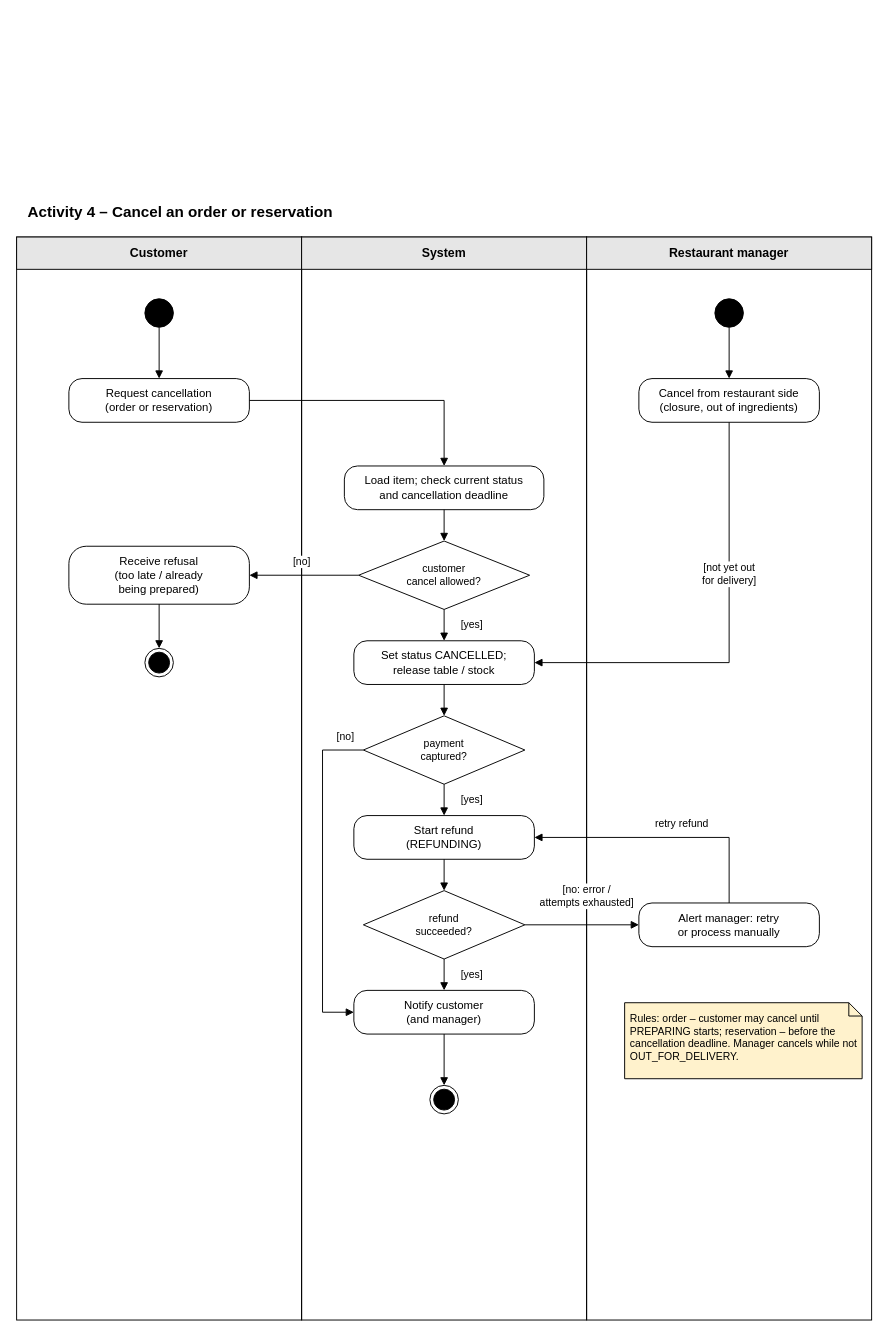
Lukap42/SWE1_Project keeps this draw.io diagram as Activity Diagrams/Activity_4_Cancel_order_or_reservation.drawio. Above is the earlier version. Source tidied: cells renumbered, new cells numbered last; positions are measured from the earlier drawing's top-left corner, leaving out a move shared by most shapes. Both pictures are drawn from the tidied source at 95%, with x=0, y=0 at pixel (16, 197).
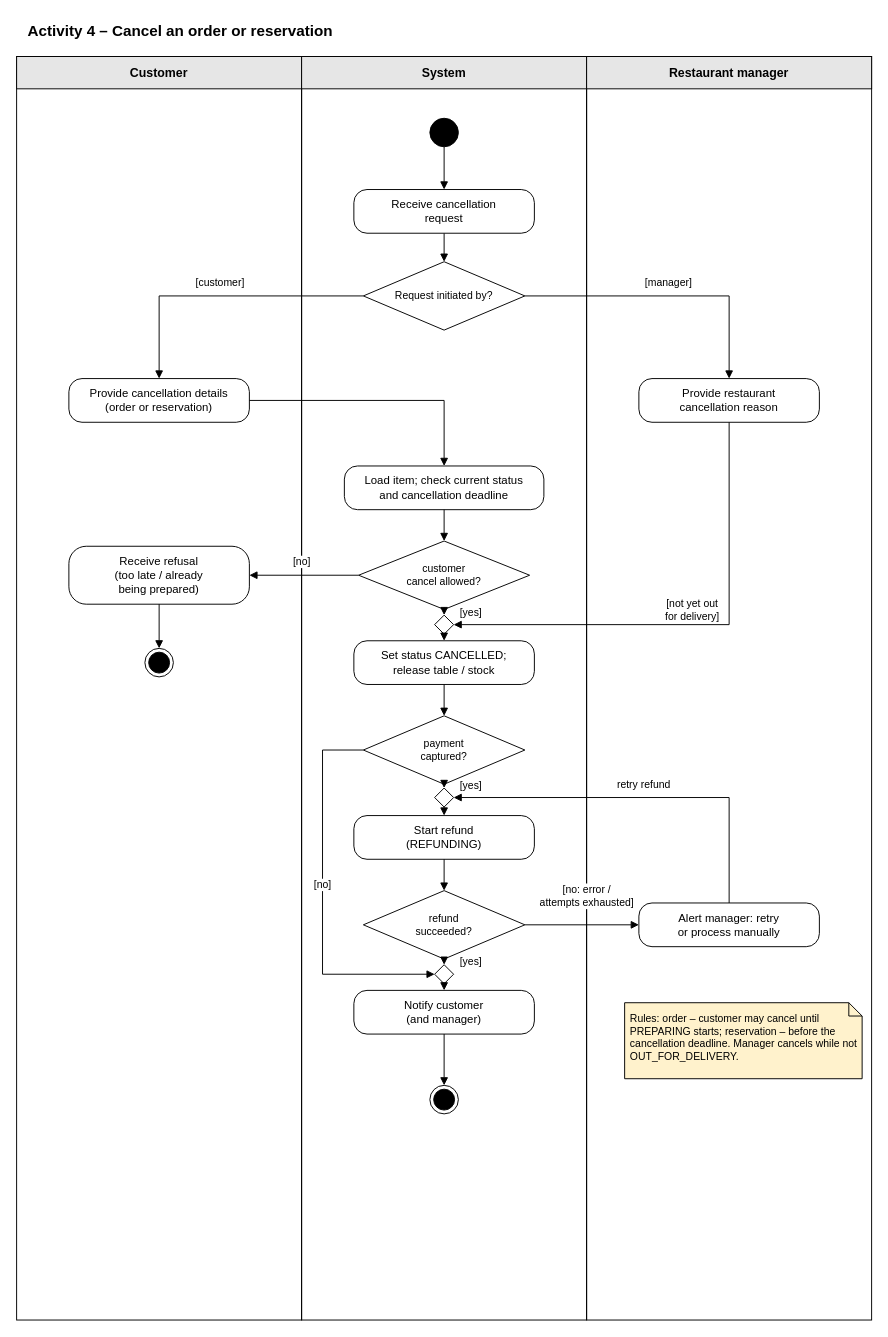
The same page after the edit.

Commit message (it also covers changes not shown here):
Activity diagrams update

The change refers to these unchanged cells:
```xml
<mxCell id="15" value="customer&lt;br&gt;cancel allowed?" style="rhombus;whiteSpace=wrap;html=1;fillColor=#FFFFFF;strokeColor=#000000;fontColor=#000000;fontSize=11;" parent="1" vertex="1">
  <mxGeometry x="360" y="362" width="180" height="72" as="geometry" />
</mxCell>
<mxCell id="18" value="Set status CANCELLED;&lt;br&gt;release table / stock" style="rounded=1;arcSize=30;whiteSpace=wrap;html=1;fillColor=#FFFFFF;strokeColor=#000000;fontColor=#000000;fontSize=12;" parent="1" vertex="1">
  <mxGeometry x="355" y="467" width="190" height="46" as="geometry" />
</mxCell>
<mxCell id="19" value="payment&lt;br&gt;captured?" style="rhombus;whiteSpace=wrap;html=1;fillColor=#FFFFFF;strokeColor=#000000;fontColor=#000000;fontSize=11;" parent="1" vertex="1">
  <mxGeometry x="365" y="546" width="170" height="72" as="geometry" />
</mxCell>
<mxCell id="20" value="Start refund&lt;br&gt;(REFUNDING)" style="rounded=1;arcSize=30;whiteSpace=wrap;html=1;fillColor=#FFFFFF;strokeColor=#000000;fontColor=#000000;fontSize=12;" parent="1" vertex="1">
  <mxGeometry x="355" y="651" width="190" height="46" as="geometry" />
</mxCell>
<mxCell id="21" value="refund&lt;br&gt;succeeded?" style="rhombus;whiteSpace=wrap;html=1;fillColor=#FFFFFF;strokeColor=#000000;fontColor=#000000;fontSize=11;" parent="1" vertex="1">
  <mxGeometry x="365" y="730" width="170" height="72" as="geometry" />
</mxCell>
<mxCell id="22" value="Alert manager: retry&lt;br&gt;or process manually" style="rounded=1;arcSize=30;whiteSpace=wrap;html=1;fillColor=#FFFFFF;strokeColor=#000000;fontColor=#000000;fontSize=12;" parent="1" vertex="1">
  <mxGeometry x="655" y="743" width="190" height="46" as="geometry" />
</mxCell>
<mxCell id="23" value="Notify customer&lt;br&gt;(and manager)" style="rounded=1;arcSize=30;whiteSpace=wrap;html=1;fillColor=#FFFFFF;strokeColor=#000000;fontColor=#000000;fontSize=12;" parent="1" vertex="1">
  <mxGeometry x="355" y="835" width="190" height="46" as="geometry" />
</mxCell>
```

The edit, as a diff of the source:
```diff
@@
-<mxGraphModel>
+<mxGraphModel background="#FFFFFF">
@@
     <mxCell id="2" value="Activity 4 – Cancel an order or reservation" style="text;html=1;align=left;verticalAlign=middle;fontSize=16;fontStyle=1;" parent="1" vertex="1">
-      <mxGeometry x="10" width="700" height="30" as="geometry" />
+      <mxGeometry x="10" y="-190" width="700" height="30" as="geometry" />
     </mxCell>
     <mxCell id="3" style="rounded=0;whiteSpace=wrap;html=1;fillColor=none;strokeColor=#000000;" parent="1" vertex="1">
-      <mxGeometry y="42" width="300" height="1140" as="geometry" />
+      <mxGeometry y="-148" width="300" height="1330" as="geometry" />
     </mxCell>
     <mxCell id="4" value="Customer" style="rounded=0;whiteSpace=wrap;html=1;fillColor=#E6E6E6;strokeColor=#000000;fontStyle=1;fontSize=13;" parent="1" vertex="1">
-      <mxGeometry y="42" width="300" height="34" as="geometry" />
+      <mxGeometry y="-148" width="300" height="34" as="geometry" />
     </mxCell>
     <mxCell id="5" style="rounded=0;whiteSpace=wrap;html=1;fillColor=none;strokeColor=#000000;" parent="1" vertex="1">
-      <mxGeometry x="300" y="42" width="300" height="1140" as="geometry" />
+      <mxGeometry x="300" y="-148" width="300" height="1330" as="geometry" />
     </mxCell>
     <mxCell id="6" value="System" style="rounded=0;whiteSpace=wrap;html=1;fillColor=#E6E6E6;strokeColor=#000000;fontStyle=1;fontSize=13;" parent="1" vertex="1">
-      <mxGeometry x="300" y="42" width="300" height="34" as="geometry" />
+      <mxGeometry x="300" y="-148" width="300" height="34" as="geometry" />
     </mxCell>
     <mxCell id="7" style="rounded=0;whiteSpace=wrap;html=1;fillColor=none;strokeColor=#000000;" parent="1" vertex="1">
-      <mxGeometry x="600" y="42" width="300" height="1140" as="geometry" />
+      <mxGeometry x="600" y="-148" width="300" height="1330" as="geometry" />
     </mxCell>
     <mxCell id="8" value="Restaurant manager" style="rounded=0;whiteSpace=wrap;html=1;fillColor=#E6E6E6;strokeColor=#000000;fontStyle=1;fontSize=13;" parent="1" vertex="1">
-      <mxGeometry x="600" y="42" width="300" height="34" as="geometry" />
+      <mxGeometry x="600" y="-148" width="300" height="34" as="geometry" />
     </mxCell>
@@
     <mxCell id="10" style="ellipse;html=1;fillColor=#000000;strokeColor=#000000;" parent="1" vertex="1">
-      <mxGeometry x="135" y="107" width="30" height="30" as="geometry" />
+      <mxGeometry x="435" y="-83" width="30" height="30" as="geometry" />
     </mxCell>
-    <mxCell id="11" style="ellipse;html=1;fillColor=#000000;strokeColor=#000000;" parent="1" vertex="1">
-      <mxGeometry x="735" y="107" width="30" height="30" as="geometry" />
-    </mxCell>
-    <mxCell id="12" value="Request cancellation&lt;br&gt;(order or reservation)" style="rounded=1;arcSize=30;whiteSpace=wrap;html=1;fillColor=#FFFFFF;strokeColor=#000000;fontColor=#000000;fontSize=12;" parent="1" vertex="1">
+    <mxCell id="12" value="Provide cancellation details&lt;br&gt;(order or reservation)" style="rounded=1;arcSize=30;whiteSpace=wrap;html=1;fillColor=#FFFFFF;strokeColor=#000000;fontColor=#000000;fontSize=12;" parent="1" vertex="1">
       <mxGeometry x="55" y="191" width="190" height="46" as="geometry" />
     </mxCell>
-    <mxCell id="13" value="Cancel from restaurant side&lt;br&gt;(closure, out of ingredients)" style="rounded=1;arcSize=30;whiteSpace=wrap;html=1;fillColor=#FFFFFF;strokeColor=#000000;fontColor=#000000;fontSize=12;" parent="1" vertex="1">
+    <mxCell id="13" value="Provide restaurant&lt;br&gt;cancellation reason" style="rounded=1;arcSize=30;whiteSpace=wrap;html=1;fillColor=#FFFFFF;strokeColor=#000000;fontColor=#000000;fontSize=12;" parent="1" vertex="1">
       <mxGeometry x="655" y="191" width="190" height="46" as="geometry" />
     </mxCell>
@@
-    <mxCell id="25" style="edgeStyle=orthogonalEdgeStyle;rounded=0;html=1;jettySize=auto;strokeColor=#000000;endArrow=block;endFill=1;fontSize=11;labelBackgroundColor=#FFFFFF;exitX=0.5000;exitY=1.0000;exitDx=0;exitDy=0;entryX=0.5000;entryY=0.0000;entryDx=0;entryDy=0;" parent="1" edge="1" source="10" target="12">
+    <mxCell id="25" style="edgeStyle=orthogonalEdgeStyle;rounded=0;html=1;jettySize=auto;strokeColor=#000000;endArrow=block;endFill=1;fontSize=11;labelBackgroundColor=#FFFFFF;exitX=0.5;exitY=1;entryX=0.5;entryY=0;" parent="1" edge="1" source="10" target="41">
       <mxGeometry relative="1" as="geometry" />
     </mxCell>
-    <mxCell id="26" style="edgeStyle=orthogonalEdgeStyle;rounded=0;html=1;jettySize=auto;strokeColor=#000000;endArrow=block;endFill=1;fontSize=11;labelBackgroundColor=#FFFFFF;exitX=0.5000;exitY=1.0000;exitDx=0;exitDy=0;entryX=0.5000;entryY=0.0000;entryDx=0;entryDy=0;" parent="1" edge="1" source="11" target="13">
+    <mxCell id="26" style="edgeStyle=orthogonalEdgeStyle;rounded=0;html=1;jettySize=auto;strokeColor=#000000;endArrow=block;endFill=1;fontSize=11;labelBackgroundColor=#FFFFFF;exitX=0.5;exitY=1;entryX=0.5;entryY=0;" parent="1" edge="1" source="41" target="42">
       <mxGeometry relative="1" as="geometry" />
     </mxCell>
@@
-    <mxCell id="31" value="[yes]" style="edgeStyle=orthogonalEdgeStyle;rounded=0;html=1;jettySize=auto;strokeColor=#000000;endArrow=block;endFill=1;fontSize=11;labelBackgroundColor=#FFFFFF;exitX=0.5000;exitY=1.0000;exitDx=0;exitDy=0;entryX=0.5000;entryY=0.0000;entryDx=0;entryDy=0;" parent="1" edge="1" source="15" target="18">
-      <mxGeometry x="-0.06" relative="1" as="geometry">
-        <mxPoint x="28.5" as="offset" />
+    <mxCell id="31" value="[yes]" style="edgeStyle=orthogonalEdgeStyle;rounded=0;html=1;jettySize=auto;strokeColor=#000000;endArrow=block;endFill=1;fontSize=11;labelBackgroundColor=#FFFFFF;exitX=0.5;exitY=1;entryX=0.5;entryY=0;" parent="1" edge="1" source="15" target="45">
+      <mxGeometry relative="1" as="geometry">
+        <mxPoint x="28" as="offset" />
       </mxGeometry>
     </mxCell>
-    <mxCell id="32" value="[not yet out&lt;br&gt;for delivery]" style="edgeStyle=orthogonalEdgeStyle;rounded=0;html=1;jettySize=auto;strokeColor=#000000;endArrow=block;endFill=1;fontSize=11;labelBackgroundColor=#FFFFFF;exitX=0.5000;exitY=1.0000;exitDx=0;exitDy=0;entryX=1.0000;entryY=0.5000;entryDx=0;entryDy=0;" parent="1" edge="1" source="13" target="18">
-      <mxGeometry x="-0.3" relative="1" as="geometry">
+    <mxCell id="32" value="[not yet out&lt;br&gt;for delivery]" style="edgeStyle=orthogonalEdgeStyle;rounded=0;html=1;jettySize=auto;strokeColor=#000000;endArrow=block;endFill=1;fontSize=11;labelBackgroundColor=#FFFFFF;exitX=0.5;exitY=1;entryX=1;entryY=0.5;" parent="1" edge="1" source="13" target="45">
+      <mxGeometry relative="1" as="geometry">
         <Array as="points">
-          <mxPoint x="750" y="490" />
+          <mxPoint x="750" y="450" />
         </Array>
+        <mxPoint y="-15" as="offset" />
       </mxGeometry>
     </mxCell>
@@
-    <mxCell id="34" value="[yes]" style="edgeStyle=orthogonalEdgeStyle;rounded=0;html=1;jettySize=auto;strokeColor=#000000;endArrow=block;endFill=1;fontSize=11;labelBackgroundColor=#FFFFFF;exitX=0.5000;exitY=1.0000;exitDx=0;exitDy=0;entryX=0.5000;entryY=0.0000;entryDx=0;entryDy=0;" parent="1" edge="1" source="19" target="20">
-      <mxGeometry x="-0.06" relative="1" as="geometry">
-        <mxPoint x="28.5" as="offset" />
+    <mxCell id="34" value="[yes]" style="edgeStyle=orthogonalEdgeStyle;rounded=0;html=1;jettySize=auto;strokeColor=#000000;endArrow=block;endFill=1;fontSize=11;labelBackgroundColor=#FFFFFF;exitX=0.5;exitY=1;entryX=0.5;entryY=0;" parent="1" edge="1" source="19" target="47">
+      <mxGeometry relative="1" as="geometry">
+        <mxPoint x="28" as="offset" />
       </mxGeometry>
     </mxCell>
-    <mxCell id="35" value="[no]" style="edgeStyle=orthogonalEdgeStyle;rounded=0;html=1;jettySize=auto;strokeColor=#000000;endArrow=block;endFill=1;fontSize=11;labelBackgroundColor=#FFFFFF;exitX=0.0000;exitY=0.5000;exitDx=0;exitDy=0;entryX=0.0000;entryY=0.5000;entryDx=0;entryDy=0;" parent="1" edge="1" source="19" target="23">
-      <mxGeometry x="-0.89" relative="1" as="geometry">
+    <mxCell id="35" value="[no]" style="edgeStyle=orthogonalEdgeStyle;rounded=0;html=1;jettySize=auto;strokeColor=#000000;endArrow=block;endFill=1;fontSize=11;labelBackgroundColor=#FFFFFF;exitX=0;exitY=0.5;entryX=0;entryY=0.5;" parent="1" edge="1" source="19" target="49">
+      <mxGeometry relative="1" as="geometry">
         <Array as="points">
           <mxPoint x="322" y="582" />
-          <mxPoint x="322" y="858" />
+          <mxPoint x="322" y="818" />
         </Array>
         <mxPoint y="-14" as="offset" />
       </mxGeometry>
     </mxCell>
@@
-    <mxCell id="37" value="[yes]" style="edgeStyle=orthogonalEdgeStyle;rounded=0;html=1;jettySize=auto;strokeColor=#000000;endArrow=block;endFill=1;fontSize=11;labelBackgroundColor=#FFFFFF;exitX=0.5000;exitY=1.0000;exitDx=0;exitDy=0;entryX=0.5000;entryY=0.0000;entryDx=0;entryDy=0;" parent="1" edge="1" source="21" target="23">
-      <mxGeometry x="-0.06" relative="1" as="geometry">
-        <mxPoint x="28.5" as="offset" />
+    <mxCell id="37" value="[yes]" style="edgeStyle=orthogonalEdgeStyle;rounded=0;html=1;jettySize=auto;strokeColor=#000000;endArrow=block;endFill=1;fontSize=11;labelBackgroundColor=#FFFFFF;exitX=0.5;exitY=1;entryX=0.5;entryY=0;" parent="1" edge="1" source="21" target="49">
+      <mxGeometry relative="1" as="geometry">
+        <mxPoint x="28" as="offset" />
       </mxGeometry>
     </mxCell>
@@
-    <mxCell id="39" value="retry refund" style="edgeStyle=orthogonalEdgeStyle;rounded=0;html=1;jettySize=auto;strokeColor=#000000;endArrow=block;endFill=1;fontSize=11;labelBackgroundColor=#FFFFFF;exitX=0.5000;exitY=0.0000;exitDx=0;exitDy=0;entryX=1.0000;entryY=0.5000;entryDx=0;entryDy=0;" parent="1" edge="1" source="22" target="20">
-      <mxGeometry x="-0.13" relative="1" as="geometry">
+    <mxCell id="39" value="retry refund" style="edgeStyle=orthogonalEdgeStyle;rounded=0;html=1;jettySize=auto;strokeColor=#000000;endArrow=block;endFill=1;fontSize=11;labelBackgroundColor=#FFFFFF;exitX=0.5;exitY=0;entryX=1;entryY=0.5;" parent="1" edge="1" source="22" target="47">
+      <mxGeometry relative="1" as="geometry">
         <Array as="points">
-          <mxPoint x="750" y="674" />
+          <mxPoint x="750" y="632" />
         </Array>
         <mxPoint y="-14" as="offset" />
       </mxGeometry>
     </mxCell>
@@
+    <mxCell id="41" value="Receive cancellation&lt;br&gt;request" style="rounded=1;arcSize=30;whiteSpace=wrap;html=1;fillColor=#FFFFFF;strokeColor=#000000;fontColor=#000000;fontSize=12;" parent="1" vertex="1">
+      <mxGeometry x="355" y="-8" width="190" height="46" as="geometry" />
+    </mxCell>
+    <mxCell id="42" value="Request initiated by?" style="rhombus;whiteSpace=wrap;html=1;fillColor=#FFFFFF;strokeColor=#000000;fontColor=#000000;fontSize=11;" parent="1" vertex="1">
+      <mxGeometry x="365" y="68" width="170" height="72" as="geometry" />
+    </mxCell>
+    <mxCell id="43" value="[customer]" style="edgeStyle=orthogonalEdgeStyle;rounded=0;html=1;jettySize=auto;strokeColor=#000000;endArrow=block;endFill=1;fontSize=11;labelBackgroundColor=#FFFFFF;exitX=0;exitY=0.5;entryX=0.5;entryY=0;" parent="1" edge="1" source="42" target="12">
+      <mxGeometry relative="1" as="geometry">
+        <Array as="points">
+          <mxPoint x="150" y="104" />
+        </Array>
+        <mxPoint y="-14" as="offset" />
+      </mxGeometry>
+    </mxCell>
+    <mxCell id="44" value="[manager]" style="edgeStyle=orthogonalEdgeStyle;rounded=0;html=1;jettySize=auto;strokeColor=#000000;endArrow=block;endFill=1;fontSize=11;labelBackgroundColor=#FFFFFF;exitX=1;exitY=0.5;entryX=0.5;entryY=0;" parent="1" edge="1" source="42" target="13">
+      <mxGeometry relative="1" as="geometry">
+        <Array as="points">
+          <mxPoint x="750" y="104" />
+        </Array>
+        <mxPoint y="-14" as="offset" />
+      </mxGeometry>
+    </mxCell>
+    <mxCell id="45" style="rhombus;whiteSpace=wrap;html=1;fillColor=#FFFFFF;strokeColor=#000000;fontColor=#000000;fontSize=11;" parent="1" vertex="1">
+      <mxGeometry x="440" y="440" width="20" height="20" as="geometry" />
+    </mxCell>
+    <mxCell id="46" style="edgeStyle=orthogonalEdgeStyle;rounded=0;html=1;jettySize=auto;strokeColor=#000000;endArrow=block;endFill=1;fontSize=11;labelBackgroundColor=#FFFFFF;exitX=0.5;exitY=1;entryX=0.5;entryY=0;" parent="1" edge="1" source="45" target="18">
+      <mxGeometry relative="1" as="geometry" />
+    </mxCell>
+    <mxCell id="47" style="rhombus;whiteSpace=wrap;html=1;fillColor=#FFFFFF;strokeColor=#000000;fontColor=#000000;fontSize=11;" parent="1" vertex="1">
+      <mxGeometry x="440" y="622" width="20" height="20" as="geometry" />
+    </mxCell>
+    <mxCell id="48" style="edgeStyle=orthogonalEdgeStyle;rounded=0;html=1;jettySize=auto;strokeColor=#000000;endArrow=block;endFill=1;fontSize=11;labelBackgroundColor=#FFFFFF;exitX=0.5;exitY=1;entryX=0.5;entryY=0;" parent="1" edge="1" source="47" target="20">
+      <mxGeometry relative="1" as="geometry" />
+    </mxCell>
+    <mxCell id="49" style="rhombus;whiteSpace=wrap;html=1;fillColor=#FFFFFF;strokeColor=#000000;fontColor=#000000;fontSize=11;" parent="1" vertex="1">
+      <mxGeometry x="440" y="808" width="20" height="20" as="geometry" />
+    </mxCell>
+    <mxCell id="50" style="edgeStyle=orthogonalEdgeStyle;rounded=0;html=1;jettySize=auto;strokeColor=#000000;endArrow=block;endFill=1;fontSize=11;labelBackgroundColor=#FFFFFF;exitX=0.5;exitY=1;entryX=0.5;entryY=0;" parent="1" edge="1" source="49" target="23">
+      <mxGeometry relative="1" as="geometry" />
+    </mxCell>
```
